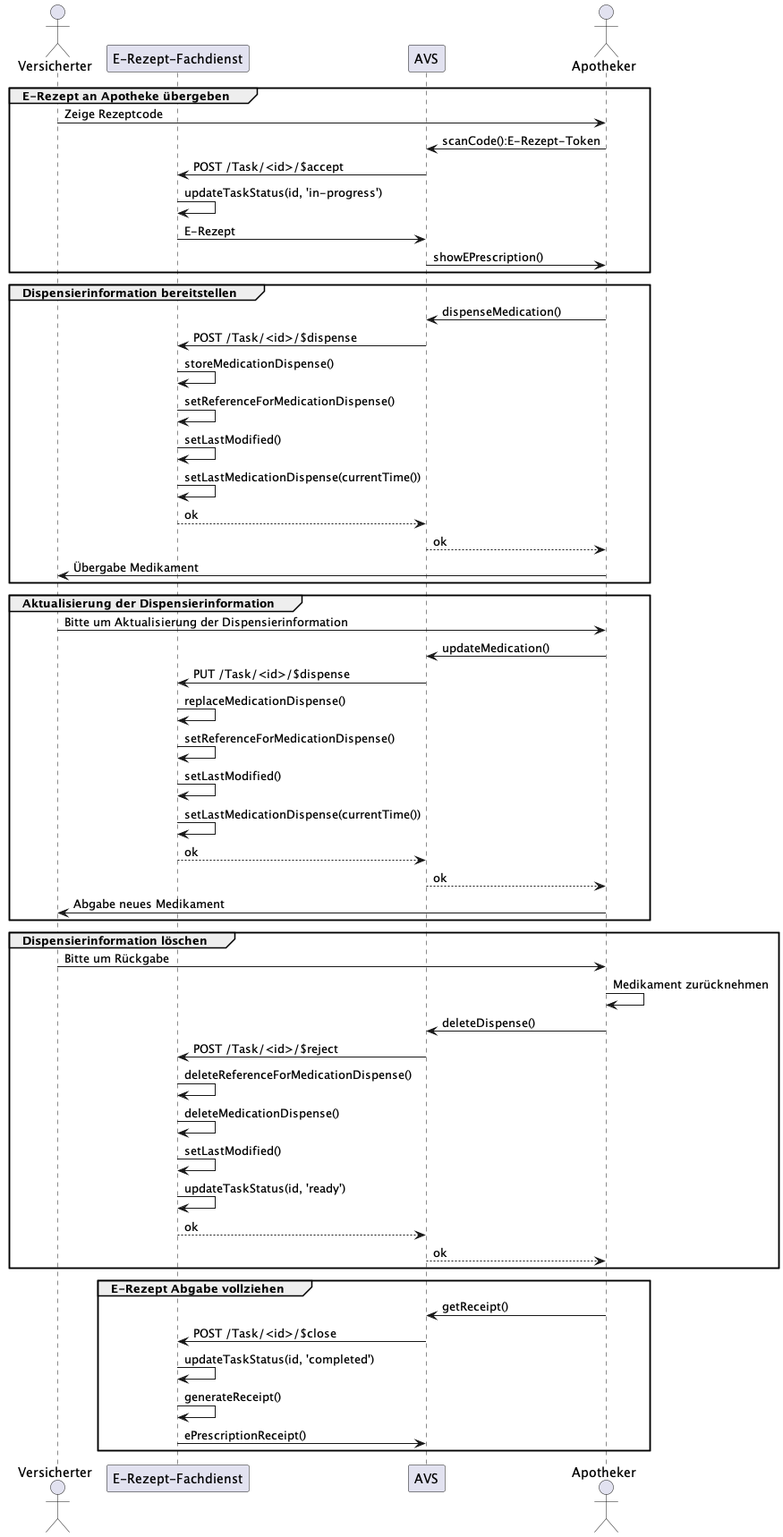
This is images/puml_fdv_zustaende_sequenz.png from gematik/api-erp, a PlantUML export, as it was before one commit. The source it was exported from:
```plantuml
@startuml Aktualisierte Abgabeinformationen

actor Versicherter
participant "E-Rezept-Fachdienst" as FD
participant AVS
actor Apotheker

group E-Rezept an Apotheke übergeben
Versicherter -> Apotheker: Zeige Rezeptcode
Apotheker -> AVS: scanCode():E-Rezept-Token
AVS -> FD: POST /Task/<id>/$accept
FD -> FD: updateTaskStatus(id, 'in-progress')
FD -> AVS: E-Rezept
AVS -> Apotheker: showEPrescription()
end

group Dispensierinformation bereitstellen
Apotheker -> AVS: dispenseMedication()
AVS -> FD: POST /Task/<id>/$dispense
FD -> FD: storeMedicationDispense()
FD -> FD: setReferenceForMedicationDispense()
FD -> FD: setLastModified()
FD -> FD: setLastMedicationDispense(currentTime())
FD --> AVS: ok
AVS --> Apotheker: ok
Apotheker -> Versicherter: Übergabe Medikament
end

group Aktualisierung der Dispensierinformation
Versicherter -> Apotheker: Bitte um Aktualisierung der Dispensierinformation
Apotheker -> AVS: updateMedication()
AVS -> FD: PUT /Task/<id>/$dispense
FD -> FD: replaceMedicationDispense()
FD -> FD: setReferenceForMedicationDispense()
FD -> FD: setLastModified()
FD -> FD: setLastMedicationDispense(currentTime())
FD --> AVS: ok
AVS --> Apotheker: ok
Apotheker -> Versicherter: Abgabe neues Medikament
end

group Dispensierinformation löschen
Versicherter -> Apotheker: Bitte um Rückgabe
Apotheker -> Apotheker: Medikament zurücknehmen
Apotheker -> AVS: deleteDispense()
AVS -> FD: POST /Task/<id>/$reject
FD -> FD: deleteReferenceForMedicationDispense()
FD -> FD: deleteMedicationDispense()
FD -> FD: setLastModified()
FD -> FD: updateTaskStatus(id, 'ready')
FD --> AVS: ok
AVS --> Apotheker: ok
end

group E-Rezept Abgabe vollziehen
Apotheker -> AVS: getReceipt()
AVS -> FD: POST /Task/<id>/$close
FD -> FD: updateTaskStatus(id, 'completed')
FD -> FD: generateReceipt()
FD -> AVS: ePrescriptionReceipt()
end


@enduml
```
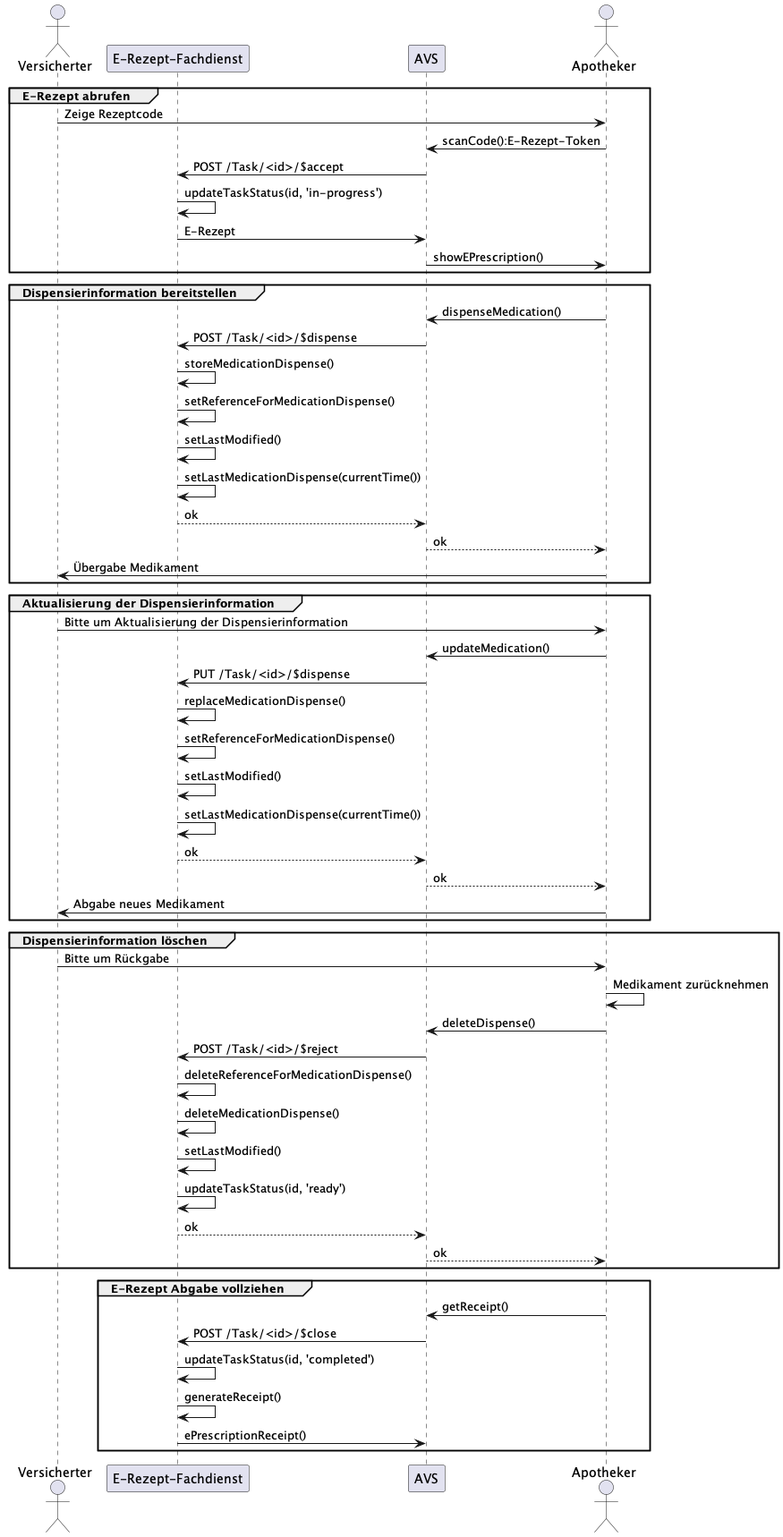
The same diagram one commit later.

Commit message:
Aktualisierung fdv zustaende

What changed in the source:
```diff
@@ -5,7 +5,7 @@
 participant AVS
 actor Apotheker
 
-group E-Rezept an Apotheke übergeben
+group E-Rezept abrufen
 Versicherter -> Apotheker: Zeige Rezeptcode
 Apotheker -> AVS: scanCode():E-Rezept-Token
 AVS -> FD: POST /Task/<id>/$accept
```
